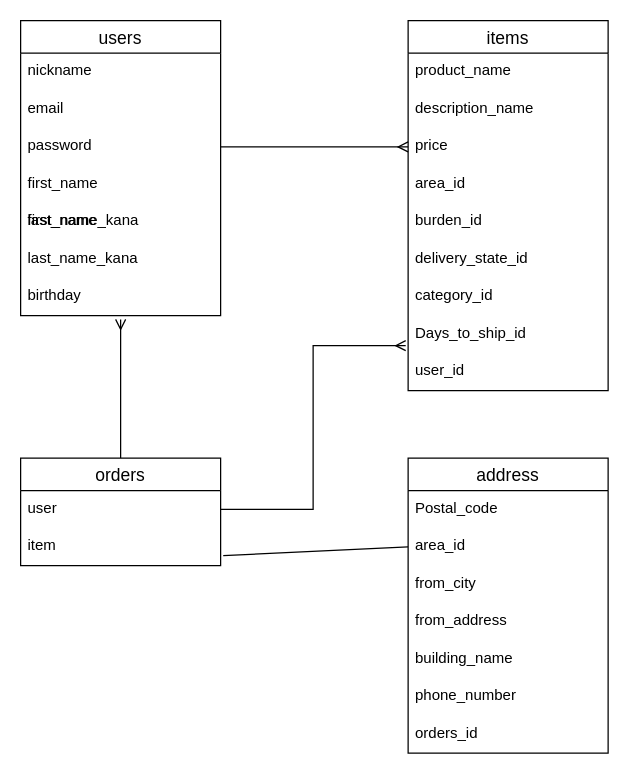
The draw.io diagram test.dio in tsuyoshitorikawa/furima-34366, before the edit. Source tidied: cells renumbered, new cells numbered last; positions are measured from the earlier drawing's top-left corner, leaving out a move shared by most shapes. Both pictures are drawn from the tidied source at 125%, with x=0, y=0 at pixel (20, 20).
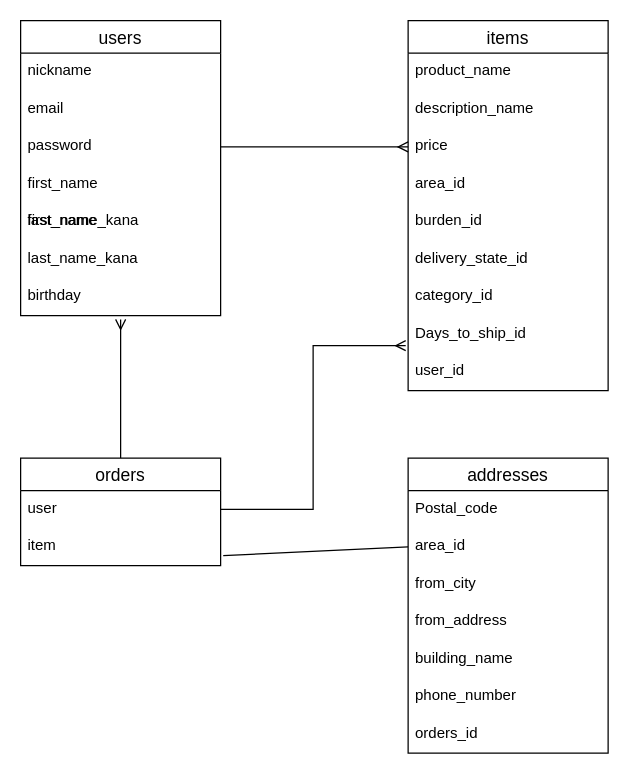
Above is the later version.

Commit message (it also covers changes not shown here):
データベース設計8

The edit, as a diff of the source:
```diff
@@
-    <mxCell id="24" value="address" style="swimlane;fontStyle=0;horizontal=1;startSize=26;align=center;fontSize=14;" parent="1" vertex="1">
+    <mxCell id="24" value="addresses" style="swimlane;fontStyle=0;horizontal=1;startSize=26;align=center;fontSize=14;" parent="1" vertex="1">
       <mxGeometry x="310" y="350" width="160" height="236" as="geometry" />
     </mxCell>
```
